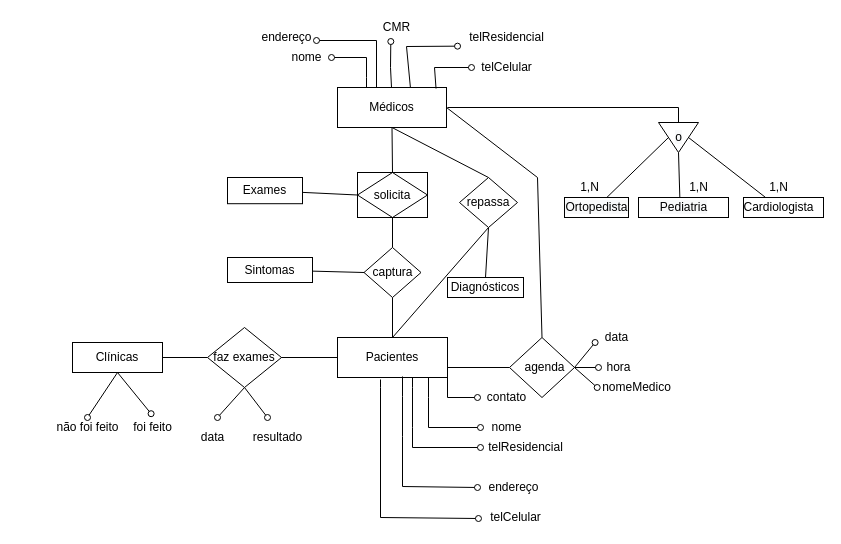
Earlier version of the draw.io diagram Untitled Diagram.drawio (vanessadcamara/Diagrama-Entidade-Relacionamento). Source tidied: cells renumbered, new cells numbered last; positions are measured from the earlier drawing's top-left corner, leaving out a move shared by most shapes. Both pictures are drawn from the tidied source at 100%, with x=0, y=0 at pixel (47, 17).
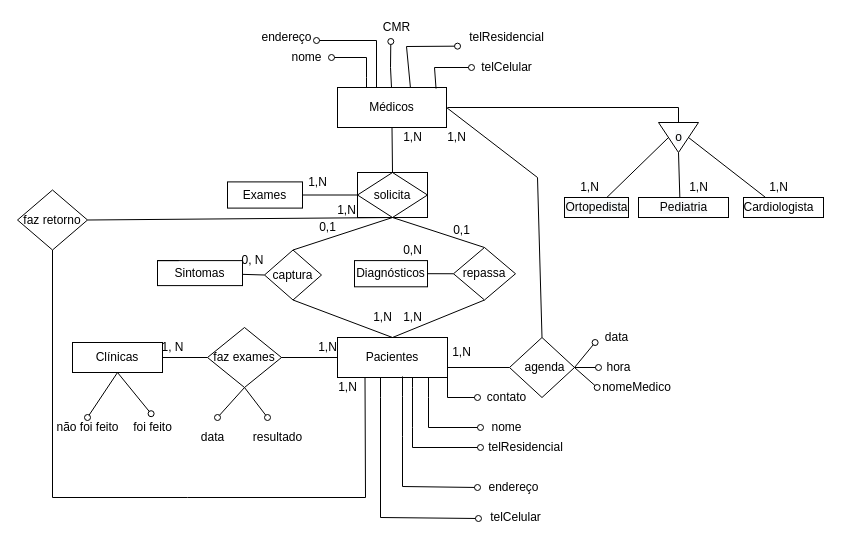
Above is the later version.

Commit message:
exercício finalizado

The change refers to these unchanged cells:
```xml
<mxCell id="6" value="Médicos" style="whiteSpace=wrap;html=1;align=center;" parent="1" vertex="1">
  <mxGeometry x="290" y="70" width="109" height="40" as="geometry" />
</mxCell>
<mxCell id="35" value="Pacientes" style="whiteSpace=wrap;html=1;align=center;" parent="1" vertex="1">
  <mxGeometry x="290" y="320" width="110" height="40" as="geometry" />
</mxCell>
<mxCell id="41" value="&lt;font face=&quot;helvetica&quot;&gt;telCelular&lt;/font&gt;" style="text;html=1;align=center;verticalAlign=middle;points=[];strokeColor=none;" parent="1" vertex="1">
  <mxGeometry x="433" y="490" width="70" height="20" as="geometry" />
</mxCell>
<mxCell id="66" value="solicita" style="shape=associativeEntity;whiteSpace=wrap;html=1;align=center;" parent="1" vertex="1">
  <mxGeometry x="310" y="155" width="70" height="45" as="geometry" />
</mxCell>
```

Change to the diagram source:
```diff
@@
+    <mxCell id="79" value="0,1" style="text;html=1;align=center;verticalAlign=middle;strokeColor=none;" parent="1" vertex="1">
+      <mxGeometry x="265" y="200" width="30" height="20" as="geometry" />
+    </mxCell>
@@
-    <mxCell id="4" style="edgeStyle=none;rounded=0;jettySize=auto;html=1;exitX=0.5;exitY=1;exitDx=0;exitDy=0;startArrow=none;startFill=0;endArrow=none;endFill=0;entryX=0.5;entryY=0;entryDx=0;entryDy=0;" parent="1" edge="1" source="6" target="54">
+    <mxCell id="4" style="edgeStyle=none;rounded=0;jettySize=auto;html=1;exitX=0.5;exitY=1;exitDx=0;exitDy=0;startArrow=none;startFill=0;endArrow=none;endFill=0;entryX=0.5;entryY=0;entryDx=0;entryDy=0;" parent="1" edge="1" source="66" target="54">
       <mxGeometry relative="1" as="geometry" />
     </mxCell>
@@
     <mxCell id="33" style="edgeStyle=none;rounded=0;jettySize=auto;html=1;startArrow=none;startFill=0;endArrow=oval;endFill=0;entryX=-0.029;entryY=0.55;entryDx=0;entryDy=0;entryPerimeter=0;" parent="1" edge="1" target="41">
       <mxGeometry relative="1" as="geometry">
         <mxPoint x="333" y="362" as="sourcePoint" />
         <Array as="points">
-          <mxPoint x="333" y="370" />
+          <mxPoint x="333" y="350" />
+          <mxPoint x="333" y="380" />
           <mxPoint x="333" y="500" />
         </Array>
       </mxGeometry>
     </mxCell>
@@
+    <mxCell id="80" style="edgeStyle=none;rounded=0;jettySize=auto;html=1;exitX=1;exitY=0.5;exitDx=0;exitDy=0;startArrow=none;startFill=0;endArrow=none;endFill=0;entryX=0.5;entryY=1;entryDx=0;entryDy=0;" parent="1" edge="1" source="82" target="66">
+      <mxGeometry relative="1" as="geometry" />
+    </mxCell>
@@
-    <mxCell id="49" style="edgeStyle=none;rounded=0;jettySize=auto;html=1;startArrow=none;startFill=0;endArrow=none;endFill=0;entryX=0.5;entryY=0;entryDx=0;entryDy=0;" parent="1" edge="1" source="51" target="35">
+    <mxCell id="49" style="edgeStyle=none;rounded=0;jettySize=auto;html=1;startArrow=none;startFill=0;endArrow=none;endFill=0;entryX=0.5;entryY=0;entryDx=0;entryDy=0;exitX=0.5;exitY=1;exitDx=0;exitDy=0;" parent="1" edge="1" source="51" target="35">
       <mxGeometry relative="1" as="geometry" />
     </mxCell>
@@
     <mxCell id="51" value="captura" style="shape=rhombus;perimeter=rhombusPerimeter;whiteSpace=wrap;html=1;align=center;" parent="1" vertex="1">
-      <mxGeometry x="316.5" y="230" width="57" height="50" as="geometry" />
+      <mxGeometry x="217" y="232.5" width="57" height="50" as="geometry" />
     </mxCell>
-    <mxCell id="52" style="edgeStyle=none;rounded=0;jettySize=auto;html=1;exitX=0.5;exitY=1;exitDx=0;exitDy=0;entryX=0.5;entryY=0;entryDx=0;entryDy=0;startArrow=none;startFill=0;endArrow=none;endFill=0;" parent="1" edge="1" source="54" target="56">
+    <mxCell id="52" style="edgeStyle=none;rounded=0;jettySize=auto;html=1;exitX=0;exitY=0.5;exitDx=0;exitDy=0;entryX=1;entryY=0.5;entryDx=0;entryDy=0;startArrow=none;startFill=0;endArrow=none;endFill=0;" parent="1" edge="1" source="54" target="56">
       <mxGeometry relative="1" as="geometry" />
     </mxCell>
@@
     <mxCell id="54" value="repassa" style="shape=rhombus;perimeter=rhombusPerimeter;whiteSpace=wrap;html=1;align=center;" parent="1" vertex="1">
-      <mxGeometry x="412" y="160" width="58" height="50" as="geometry" />
+      <mxGeometry x="406" y="230" width="62" height="52.5" as="geometry" />
     </mxCell>
     <mxCell id="55" value="Sintomas" style="whiteSpace=wrap;html=1;align=center;" parent="1" vertex="1">
-      <mxGeometry x="180" y="240" width="85" height="25" as="geometry" />
+      <mxGeometry x="110" y="243.1" width="85" height="25" as="geometry" />
     </mxCell>
     <mxCell id="56" value="Diagnósticos" style="whiteSpace=wrap;html=1;align=center;" parent="1" vertex="1">
-      <mxGeometry x="400" y="260" width="76" height="20" as="geometry" />
+      <mxGeometry x="307" y="243.1" width="73" height="26.2" as="geometry" />
     </mxCell>
@@
     <mxCell id="58" value="Exames" style="whiteSpace=wrap;html=1;align=center;" parent="1" vertex="1">
-      <mxGeometry x="180" y="160" width="75" height="26.2" as="geometry" />
+      <mxGeometry x="180" y="164.4" width="75" height="26.2" as="geometry" />
     </mxCell>
@@
-    <mxCell id="62" style="edgeStyle=none;rounded=0;orthogonalLoop=1;jettySize=auto;html=1;exitX=0.25;exitY=1;exitDx=0;exitDy=0;startArrow=none;startFill=0;endArrow=oval;endFill=0;" parent="1" edge="1">
+    <mxCell id="62" style="edgeStyle=none;rounded=0;orthogonalLoop=1;jettySize=auto;html=1;startArrow=none;startFill=0;endArrow=oval;endFill=0;" parent="1" edge="1">
       <mxGeometry relative="1" as="geometry">
         <mxPoint x="355" y="359" as="sourcePoint" />
         <mxPoint x="430" y="470" as="targetPoint" />
         <Array as="points">
           <mxPoint x="355" y="379" />
           <mxPoint x="355" y="419" />
           <mxPoint x="355" y="469" />
         </Array>
       </mxGeometry>
     </mxCell>
@@
+    <mxCell id="81" style="edgeStyle=none;rounded=0;orthogonalLoop=1;jettySize=auto;html=1;exitX=0.5;exitY=0;exitDx=0;exitDy=0;startArrow=none;startFill=0;endArrow=oval;endFill=0;" parent="1" edge="1" source="54" target="54">
+      <mxGeometry relative="1" as="geometry" />
+    </mxCell>
+    <mxCell id="82" value="faz retorno" style="shape=rhombus;perimeter=rhombusPerimeter;whiteSpace=wrap;html=1;align=center;" parent="1" vertex="1">
+      <mxGeometry x="-30" y="172.5" width="70" height="60" as="geometry" />
+    </mxCell>
+    <mxCell id="83" style="edgeStyle=none;rounded=0;jettySize=auto;html=1;exitX=0.25;exitY=1;exitDx=0;exitDy=0;startArrow=none;startFill=0;endArrow=none;endFill=0;entryX=0.5;entryY=1;entryDx=0;entryDy=0;" parent="1" edge="1" source="35" target="82">
+      <mxGeometry relative="1" as="geometry">
+        <Array as="points">
+          <mxPoint x="318" y="480" />
+          <mxPoint x="140" y="480" />
+          <mxPoint x="5" y="480" />
+        </Array>
+      </mxGeometry>
+    </mxCell>
+    <mxCell id="84" value="1,N" style="text;html=1;align=center;verticalAlign=middle;strokeColor=none;" parent="1" vertex="1">
+      <mxGeometry x="255" y="155" width="30" height="20" as="geometry" />
+    </mxCell>
+    <mxCell id="85" value="1,N" style="text;html=1;align=center;verticalAlign=middle;strokeColor=none;" parent="1" vertex="1">
+      <mxGeometry x="350" y="110" width="30" height="20" as="geometry" />
+    </mxCell>
+    <mxCell id="86" value="0, N" style="text;html=1;align=center;verticalAlign=middle;strokeColor=none;" parent="1" vertex="1">
+      <mxGeometry x="185" y="232.5" width="40" height="20" as="geometry" />
+    </mxCell>
+    <mxCell id="87" value="0,N" style="text;html=1;align=center;verticalAlign=middle;strokeColor=none;" parent="1" vertex="1">
+      <mxGeometry x="350" y="223.1" width="30" height="20" as="geometry" />
+    </mxCell>
+    <mxCell id="88" value="0,1" style="text;html=1;align=center;verticalAlign=middle;strokeColor=none;" parent="1" vertex="1">
+      <mxGeometry x="399" y="203.1" width="30" height="20" as="geometry" />
+    </mxCell>
+    <mxCell id="89" value="1,N" style="text;html=1;align=center;verticalAlign=middle;strokeColor=none;" parent="1" vertex="1">
+      <mxGeometry x="320" y="290" width="30" height="20" as="geometry" />
+    </mxCell>
+    <mxCell id="90" value="1,N" style="text;html=1;align=center;verticalAlign=middle;strokeColor=none;" parent="1" vertex="1">
+      <mxGeometry x="350" y="290" width="30" height="20" as="geometry" />
+    </mxCell>
+    <mxCell id="91" value="1, N" style="text;html=1;align=center;verticalAlign=middle;strokeColor=none;" parent="1" vertex="1">
+      <mxGeometry x="105" y="320" width="40" height="20" as="geometry" />
+    </mxCell>
+    <mxCell id="92" value="1,N" style="text;html=1;align=center;verticalAlign=middle;strokeColor=none;" parent="1" vertex="1">
+      <mxGeometry x="265" y="320" width="30" height="20" as="geometry" />
+    </mxCell>
+    <mxCell id="93" value="1,N" style="text;html=1;align=center;verticalAlign=middle;strokeColor=none;" parent="1" vertex="1">
+      <mxGeometry x="399" y="325" width="30" height="20" as="geometry" />
+    </mxCell>
+    <mxCell id="94" value="1,N" style="text;html=1;align=center;verticalAlign=middle;strokeColor=none;" parent="1" vertex="1">
+      <mxGeometry x="394" y="110" width="30" height="20" as="geometry" />
+    </mxCell>
+    <mxCell id="95" value="1,N" style="text;html=1;align=center;verticalAlign=middle;strokeColor=none;" parent="1" vertex="1">
+      <mxGeometry x="284" y="183.1" width="30" height="20" as="geometry" />
+    </mxCell>
+    <mxCell id="96" value="1,N" style="text;html=1;align=center;verticalAlign=middle;strokeColor=none;" parent="1" vertex="1">
+      <mxGeometry x="285" y="360" width="30" height="20" as="geometry" />
+    </mxCell>
```
